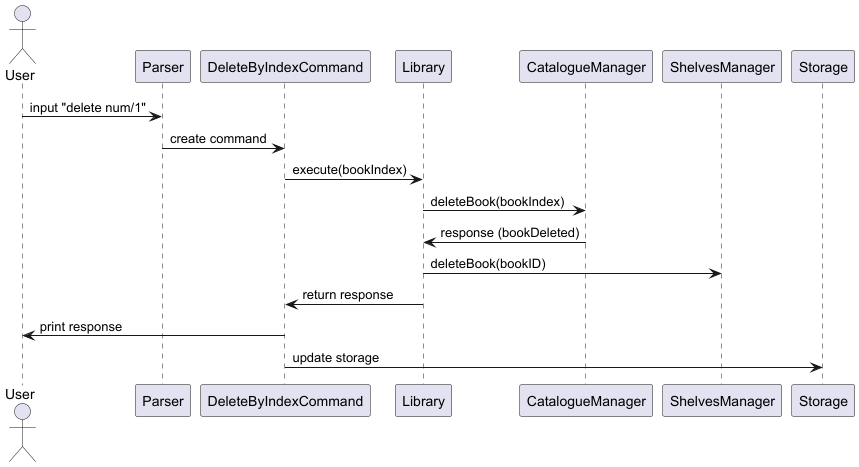
eth4n22/tp keeps this PlantUML diagram as docs/images/DeleteByIndexSequence.png. Above is the earlier version. The source it was exported from:
```plantuml
@startuml
actor User
participant Parser
participant DeleteByIndexCommand
participant Library
participant CatalogueManager
participant ShelvesManager
participant Storage

User -> Parser : input "delete num/1"
Parser -> DeleteByIndexCommand : create command
DeleteByIndexCommand -> Library : execute(bookIndex)
Library -> CatalogueManager : deleteBook(bookIndex)
CatalogueManager -> Library : response (bookDeleted)
Library -> ShelvesManager : deleteBook(bookID)
Library -> DeleteByIndexCommand : return response
DeleteByIndexCommand -> User : print response
DeleteByIndexCommand -> Storage : update storage

@enduml
```
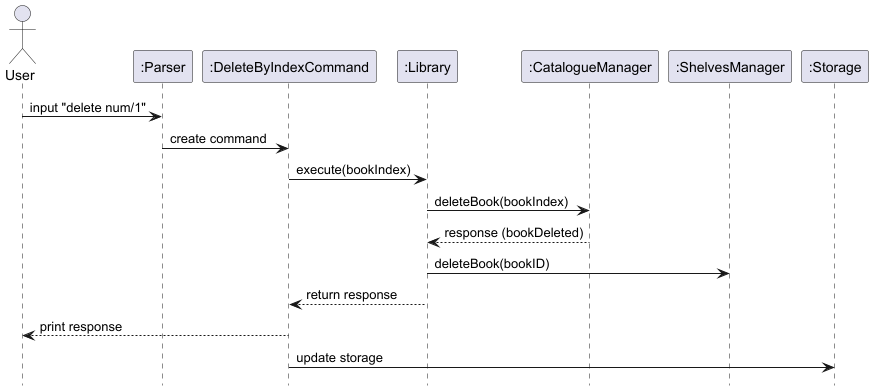
The same diagram one commit later.

Commit message:
Updated DG: added archi diagram, deletebyIndex sequence diagrams, library component

What changed in the source:
```diff
@@ -1,20 +1,21 @@
 @startuml
+hide footbox
 actor User
-participant Parser
-participant DeleteByIndexCommand
-participant Library
-participant CatalogueManager
-participant ShelvesManager
-participant Storage
+participant ":Parser"
+participant ":DeleteByIndexCommand"
+participant ":Library"
+participant ":CatalogueManager"
+participant ":ShelvesManager"
+participant ":Storage"
 
-User -> Parser : input "delete num/1"
-Parser -> DeleteByIndexCommand : create command
-DeleteByIndexCommand -> Library : execute(bookIndex)
-Library -> CatalogueManager : deleteBook(bookIndex)
-CatalogueManager -> Library : response (bookDeleted)
-Library -> ShelvesManager : deleteBook(bookID)
-Library -> DeleteByIndexCommand : return response
-DeleteByIndexCommand -> User : print response
-DeleteByIndexCommand -> Storage : update storage
+User -> ":Parser" : input "delete num/1"
+":Parser" -> ":DeleteByIndexCommand" : create command
+":DeleteByIndexCommand" -> ":Library" : execute(bookIndex)
+":Library" -> ":CatalogueManager" : deleteBook(bookIndex)
+":CatalogueManager" --> ":Library" : response (bookDeleted)
+":Library" -> ":ShelvesManager" : deleteBook(bookID)
+":Library" --> ":DeleteByIndexCommand" : return response
+":DeleteByIndexCommand" --> User : print response
+":DeleteByIndexCommand" -> ":Storage" : update storage
 
 @enduml
```
